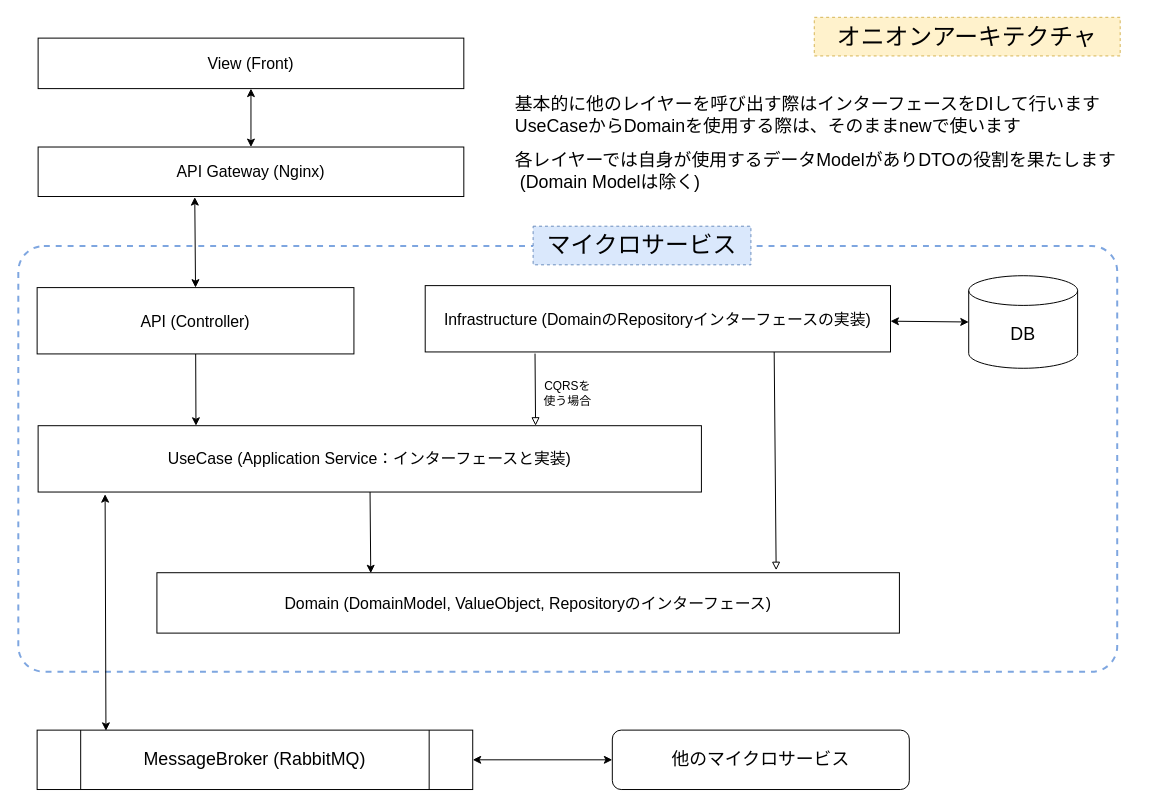
Before: page "基本アーキテクチャ" (2 of 13) of documents/練習用設計.drawio in mkuwan/ec-app, a draw.io diagram. Source tidied: cells renumbered, new cells numbered last; positions are measured from the earlier drawing's top-left corner, leaving out a move shared by most shapes. Both pictures are drawn from the tidied source at 99%, with x=0, y=0 at pixel (18, 17).
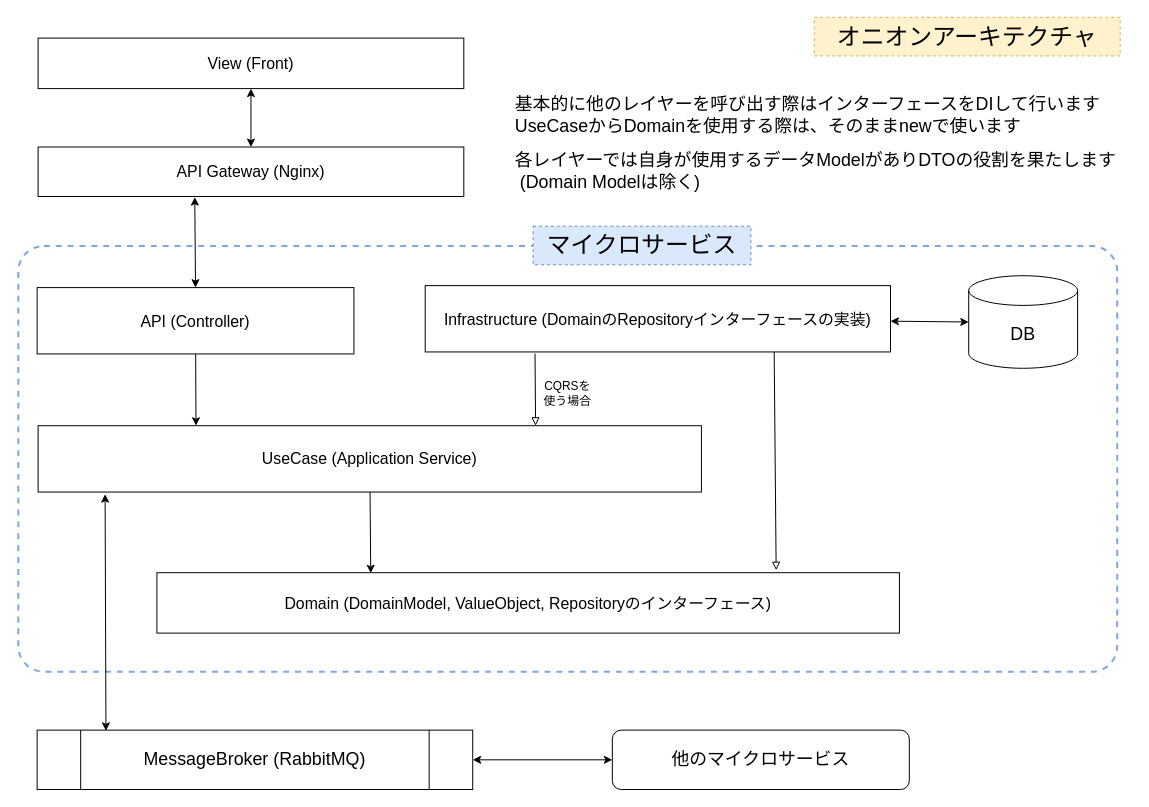
After the change.

Diff of the diagram source:
```diff
@@
-    <mxCell id="9" value="UseCase (Application Service：インターフェースと実装)" style="rounded=0;whiteSpace=wrap;html=1;fontSize=16;" parent="1" vertex="1">
+    <mxCell id="9" value="UseCase (Application Service)" style="rounded=0;whiteSpace=wrap;html=1;fontSize=16;" parent="1" vertex="1">
       <mxGeometry x="20" y="412.5" width="670" height="67" as="geometry" />
     </mxCell>
```
